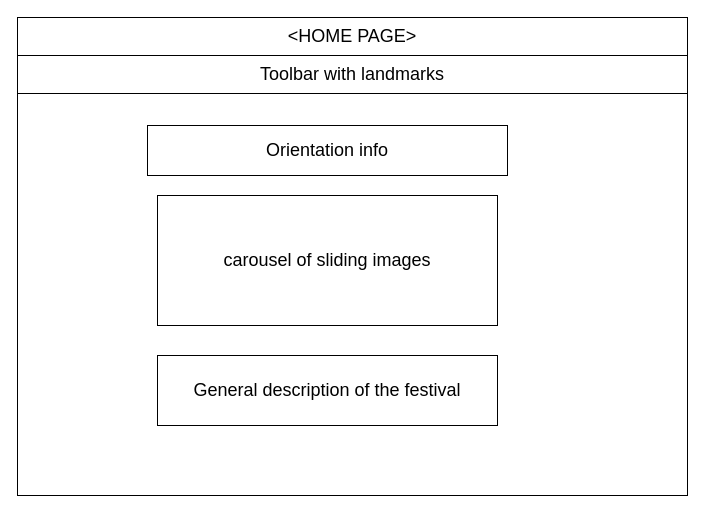
LeonardoPanizzo/hypermedia2019 keeps this draw.io diagram as other/documentation/frontend/DRAW IO desing/home.drawio. Above is the earlier version. Source tidied: cells renumbered, new cells numbered last; positions are measured from the earlier drawing's top-left corner, leaving out a move shared by most shapes. Both pictures are drawn from the tidied source at 100%, with x=0, y=0 at pixel (17, 17).
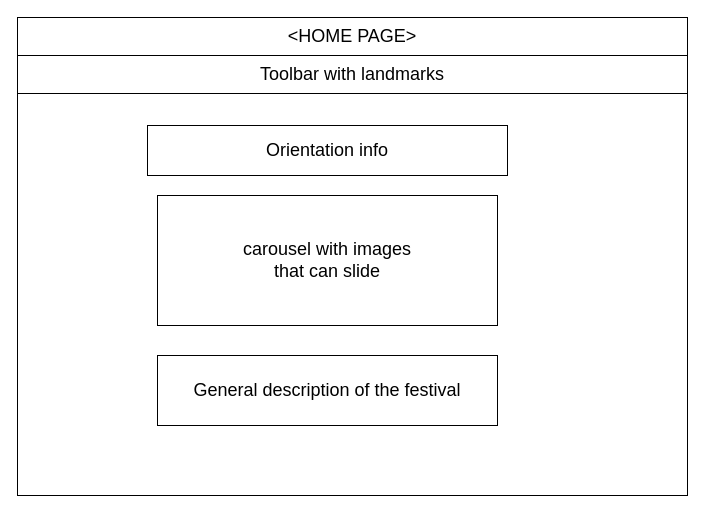
Above is the later version.

Diff of the diagram source:
```diff
@@
 <mxGraphModel>
   <root>
     <mxCell id="0" />
     <mxCell id="1" parent="0" />
     <mxCell id="2" style="rounded=0;whiteSpace=wrap;html=1;" parent="1" vertex="1">
       <mxGeometry width="670" height="478" as="geometry" />
     </mxCell>
     <mxCell id="3" value="&lt;span style=&quot;font-size: 18px;&quot;&gt;Toolbar with landmarks&lt;/span&gt;" style="rounded=0;whiteSpace=wrap;html=1;fontSize=18;" parent="1" vertex="1">
       <mxGeometry y="38" width="670" height="38" as="geometry" />
     </mxCell>
     <mxCell id="4" value="&lt;font style=&quot;font-size: 18px;&quot;&gt;Orientation info&lt;/font&gt;" style="text;html=1;strokeColor=#000000;fillColor=none;align=center;verticalAlign=middle;whiteSpace=wrap;rounded=0;fontSize=18;" parent="1" vertex="1">
       <mxGeometry x="130" y="108" width="360" height="50" as="geometry" />
     </mxCell>
-    <mxCell id="5" value="carousel of sliding images" style="text;html=1;strokeColor=#000000;fillColor=none;align=center;verticalAlign=middle;whiteSpace=wrap;rounded=0;fontSize=18;" parent="1" vertex="1">
+    <mxCell id="5" value="carousel with images &lt;br&gt;that can slide" style="text;html=1;strokeColor=#000000;fillColor=none;align=center;verticalAlign=middle;whiteSpace=wrap;rounded=0;fontSize=18;" parent="1" vertex="1">
       <mxGeometry x="140" y="178" width="340" height="130" as="geometry" />
     </mxCell>
     <mxCell id="6" value="General description of the festival" style="text;html=1;strokeColor=#000000;fillColor=none;align=center;verticalAlign=middle;whiteSpace=wrap;rounded=0;fontSize=18;" parent="1" vertex="1">
       <mxGeometry x="140" y="338" width="340" height="70" as="geometry" />
     </mxCell>
     <mxCell id="7" value="&amp;lt;HOME PAGE&amp;gt;" style="rounded=0;whiteSpace=wrap;html=1;fontSize=18;" parent="1" vertex="1">
       <mxGeometry width="670" height="38" as="geometry" />
     </mxCell>
   </root>
 </mxGraphModel>
```
